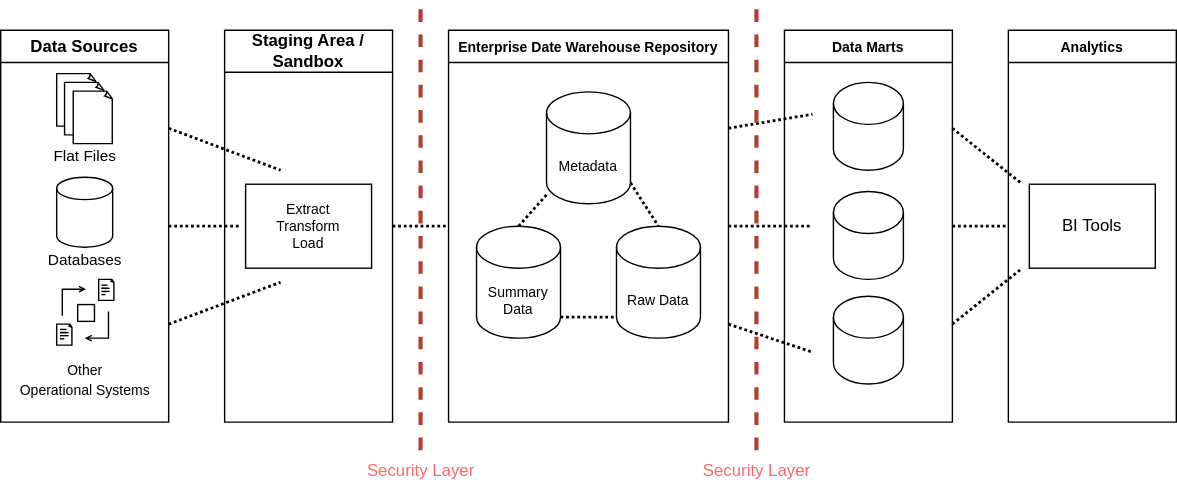
PFarahani/data-science-essentials keeps this draw.io diagram as BI Foundations/assets/images/general-edw-architecture.drawio.svg. Above is the earlier version. Source tidied: cells renumbered, new cells last; positions are measured from the earlier drawing's top-left corner, leaving out a move shared by most shapes.
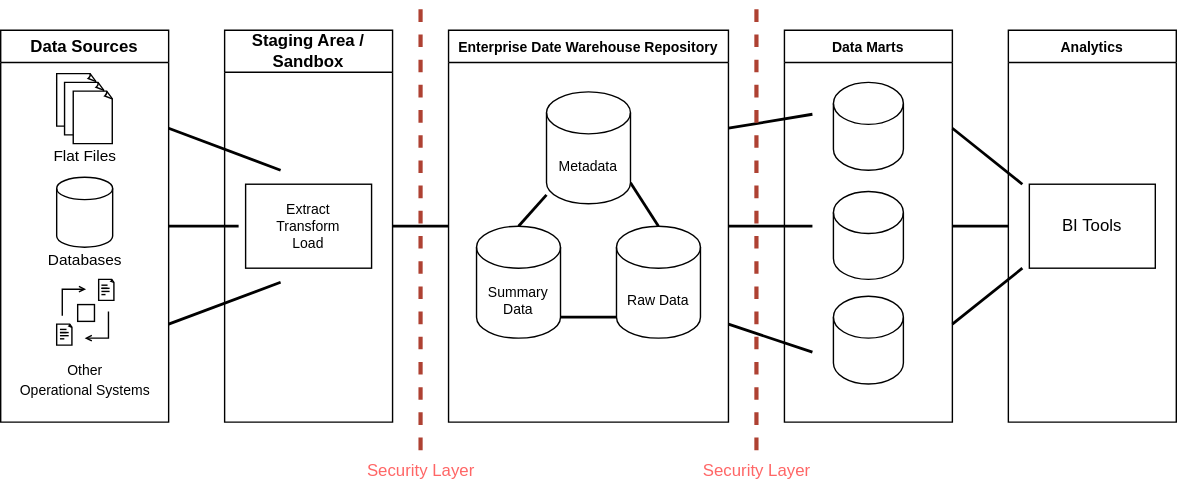
The same diagram one commit later.

Commit message:
Add flow animation to general-edw-architecture.drawio.svg

Diff of the diagram source:
```diff
@@ -2,17 +2,17 @@
   <root>
     <mxCell id="0" />
     <mxCell id="1" parent="0" />
-    <mxCell id="2" style="edgeStyle=none;rounded=0;html=1;exitX=1;exitY=0.25;exitDx=0;exitDy=0;dashed=1;dashPattern=1 1;strokeWidth=2;fontSize=10;endArrow=none;endFill=0;startSize=6;endSize=3;" parent="1" edge="1" source="5">
+    <mxCell id="2" style="edgeStyle=none;rounded=0;html=1;exitX=1;exitY=0.25;exitDx=0;exitDy=0;strokeWidth=2;fontSize=10;endArrow=none;endFill=0;startSize=6;endSize=3;flowAnimation=1;" parent="1" edge="1" source="5">
       <mxGeometry relative="1" as="geometry">
         <mxPoint x="200" y="120" as="targetPoint" />
       </mxGeometry>
     </mxCell>
-    <mxCell id="3" style="edgeStyle=none;rounded=0;html=1;exitX=1;exitY=0.5;exitDx=0;exitDy=0;dashed=1;dashPattern=1 1;strokeWidth=2;fontSize=10;endArrow=none;endFill=0;startSize=6;endSize=3;" parent="1" edge="1" source="5">
+    <mxCell id="3" style="edgeStyle=none;rounded=0;html=1;exitX=1;exitY=0.5;exitDx=0;exitDy=0;strokeWidth=2;fontSize=10;endArrow=none;endFill=0;startSize=6;endSize=3;flowAnimation=1;" parent="1" edge="1" source="5">
       <mxGeometry relative="1" as="geometry">
         <mxPoint x="170" y="160" as="targetPoint" />
       </mxGeometry>
     </mxCell>
-    <mxCell id="4" style="edgeStyle=none;rounded=0;html=1;exitX=1;exitY=0.75;exitDx=0;exitDy=0;dashed=1;dashPattern=1 1;strokeWidth=2;fontSize=10;endArrow=none;endFill=0;startSize=6;endSize=3;" parent="1" edge="1" source="5">
+    <mxCell id="4" style="edgeStyle=none;rounded=0;html=1;exitX=1;exitY=0.75;exitDx=0;exitDy=0;strokeWidth=2;fontSize=10;endArrow=none;endFill=0;startSize=6;endSize=3;flowAnimation=1;" parent="1" edge="1" source="5">
       <mxGeometry relative="1" as="geometry">
         <mxPoint x="200" y="200" as="targetPoint" />
       </mxGeometry>
@@ -107,7 +107,7 @@
     <mxCell id="25" value="&lt;font style=&quot;font-size: 10px;&quot;&gt;Other&lt;br&gt;Operational Systems&lt;/font&gt;" style="text;html=1;align=center;verticalAlign=middle;strokeColor=none;fillColor=none;fontSize=11;" parent="5" vertex="1">
       <mxGeometry y="230" width="120" height="40" as="geometry" />
     </mxCell>
-    <mxCell id="26" style="edgeStyle=none;rounded=0;html=1;exitX=1;exitY=0.5;exitDx=0;exitDy=0;entryX=0;entryY=0.5;entryDx=0;entryDy=0;fontSize=10;endArrow=none;endFill=0;startSize=6;endSize=3;dashed=1;dashPattern=1 1;strokeWidth=2;" parent="1" edge="1" source="27" target="41">
+    <mxCell id="26" style="edgeStyle=none;rounded=0;html=1;exitX=1;exitY=0.5;exitDx=0;exitDy=0;entryX=0;entryY=0.5;entryDx=0;entryDy=0;fontSize=10;endArrow=none;endFill=0;startSize=6;endSize=3;strokeWidth=2;flowAnimation=1;" parent="1" edge="1" source="27" target="41">
       <mxGeometry relative="1" as="geometry" />
     </mxCell>
     <mxCell id="27" value="Staging Area / Sandbox" style="swimlane;whiteSpace=wrap;html=1;startSize=30;" parent="1" vertex="1">
@@ -158,17 +158,17 @@
         <mxPoint x="6.2" y="4.5" as="targetPoint" />
       </mxGeometry>
     </mxCell>
-    <mxCell id="38" style="edgeStyle=none;rounded=0;html=1;exitX=1;exitY=0.25;exitDx=0;exitDy=0;dashed=1;dashPattern=1 1;strokeWidth=2;fontSize=10;endArrow=none;endFill=0;startSize=6;endSize=3;" parent="1" edge="1" source="41">
+    <mxCell id="38" style="edgeStyle=none;rounded=0;html=1;exitX=1;exitY=0.25;exitDx=0;exitDy=0;strokeWidth=2;fontSize=10;endArrow=none;endFill=0;startSize=6;endSize=3;flowAnimation=1;" parent="1" edge="1" source="41">
       <mxGeometry relative="1" as="geometry">
         <mxPoint x="580" y="80" as="targetPoint" />
       </mxGeometry>
     </mxCell>
-    <mxCell id="39" style="edgeStyle=none;rounded=0;html=1;exitX=1;exitY=0.75;exitDx=0;exitDy=0;dashed=1;dashPattern=1 1;strokeWidth=2;fontSize=10;endArrow=none;endFill=0;startSize=6;endSize=3;" parent="1" edge="1" source="41">
+    <mxCell id="39" style="edgeStyle=none;rounded=0;html=1;exitX=1;exitY=0.75;exitDx=0;exitDy=0;strokeWidth=2;fontSize=10;endArrow=none;endFill=0;startSize=6;endSize=3;flowAnimation=1;" parent="1" edge="1" source="41">
       <mxGeometry relative="1" as="geometry">
         <mxPoint x="580" y="250" as="targetPoint" />
       </mxGeometry>
     </mxCell>
-    <mxCell id="40" style="edgeStyle=none;rounded=0;html=1;exitX=1;exitY=0.5;exitDx=0;exitDy=0;dashed=1;dashPattern=1 1;strokeWidth=2;fontSize=10;endArrow=none;endFill=0;startSize=6;endSize=3;" parent="1" edge="1" source="41">
+    <mxCell id="40" style="edgeStyle=none;rounded=0;html=1;exitX=1;exitY=0.5;exitDx=0;exitDy=0;strokeWidth=2;fontSize=10;endArrow=none;endFill=0;startSize=6;endSize=3;flowAnimation=1;" parent="1" edge="1" source="41">
       <mxGeometry relative="1" as="geometry">
         <mxPoint x="580" y="160" as="targetPoint" />
       </mxGeometry>
@@ -176,7 +176,7 @@
     <mxCell id="41" value="Enterprise Date Warehouse Repository" style="swimlane;whiteSpace=wrap;html=1;strokeColor=default;fontSize=10;" parent="1" vertex="1">
       <mxGeometry x="320" y="20" width="200" height="280" as="geometry" />
     </mxCell>
-    <mxCell id="42" style="edgeStyle=none;rounded=0;html=1;exitX=1;exitY=1;exitDx=0;exitDy=-15;exitPerimeter=0;entryX=0.5;entryY=0;entryDx=0;entryDy=0;entryPerimeter=0;dashed=1;dashPattern=1 1;strokeWidth=2;fontSize=10;endArrow=none;endFill=0;startSize=6;endSize=3;" parent="41" edge="1" source="43" target="44">
+    <mxCell id="42" style="edgeStyle=none;rounded=0;html=1;exitX=1;exitY=1;exitDx=0;exitDy=-15;exitPerimeter=0;entryX=0.5;entryY=0;entryDx=0;entryDy=0;entryPerimeter=0;strokeWidth=2;fontSize=10;endArrow=none;endFill=0;startSize=6;endSize=3;flowAnimation=1;" parent="41" edge="1" source="43" target="44">
       <mxGeometry relative="1" as="geometry" />
     </mxCell>
     <mxCell id="43" value="Metadata" style="shape=cylinder3;whiteSpace=wrap;html=1;boundedLbl=1;backgroundOutline=1;size=15;strokeColor=default;fontSize=10;" parent="41" vertex="1">
@@ -185,24 +185,24 @@
     <mxCell id="44" value="Raw Data" style="shape=cylinder3;whiteSpace=wrap;html=1;boundedLbl=1;backgroundOutline=1;size=15;strokeColor=default;fontSize=10;" parent="41" vertex="1">
       <mxGeometry x="120" y="140" width="60" height="80" as="geometry" />
     </mxCell>
-    <mxCell id="45" style="edgeStyle=none;rounded=0;html=1;exitX=0.5;exitY=0;exitDx=0;exitDy=0;exitPerimeter=0;dashed=1;dashPattern=1 1;strokeWidth=2;fontSize=10;endArrow=none;endFill=0;startSize=6;endSize=3;" parent="41" edge="1" source="47" target="43">
+    <mxCell id="45" style="edgeStyle=none;rounded=0;html=1;exitX=0.5;exitY=0;exitDx=0;exitDy=0;exitPerimeter=0;strokeWidth=2;fontSize=10;endArrow=none;endFill=0;startSize=6;endSize=3;flowAnimation=1;" parent="41" edge="1" source="47" target="43">
       <mxGeometry relative="1" as="geometry" />
     </mxCell>
-    <mxCell id="46" style="edgeStyle=none;rounded=0;html=1;exitX=1;exitY=1;exitDx=0;exitDy=-15;exitPerimeter=0;entryX=0;entryY=1;entryDx=0;entryDy=-15;entryPerimeter=0;dashed=1;dashPattern=1 1;strokeWidth=2;fontSize=10;endArrow=none;endFill=0;startSize=6;endSize=3;" parent="41" edge="1" source="47" target="44">
+    <mxCell id="46" style="edgeStyle=none;rounded=0;html=1;exitX=1;exitY=1;exitDx=0;exitDy=-15;exitPerimeter=0;entryX=0;entryY=1;entryDx=0;entryDy=-15;entryPerimeter=0;strokeWidth=2;fontSize=10;endArrow=none;endFill=0;startSize=6;endSize=3;flowAnimation=1;" parent="41" edge="1" source="47" target="44">
       <mxGeometry relative="1" as="geometry" />
     </mxCell>
     <mxCell id="47" value="Summary&lt;br&gt;Data" style="shape=cylinder3;whiteSpace=wrap;html=1;boundedLbl=1;backgroundOutline=1;size=15;strokeColor=default;fontSize=10;" parent="41" vertex="1">
       <mxGeometry x="20" y="140" width="60" height="80" as="geometry" />
     </mxCell>
-    <mxCell id="48" style="edgeStyle=none;rounded=0;html=1;exitX=1;exitY=0.5;exitDx=0;exitDy=0;entryX=0;entryY=0.5;entryDx=0;entryDy=0;dashed=1;dashPattern=1 1;strokeWidth=2;fontSize=10;endArrow=none;endFill=0;startSize=6;endSize=3;" parent="1" edge="1" source="51" target="56">
+    <mxCell id="48" style="edgeStyle=none;rounded=0;html=1;exitX=1;exitY=0.5;exitDx=0;exitDy=0;entryX=0;entryY=0.5;entryDx=0;entryDy=0;strokeWidth=2;fontSize=10;endArrow=none;endFill=0;startSize=6;endSize=3;flowAnimation=1;" parent="1" edge="1" source="51" target="56">
       <mxGeometry relative="1" as="geometry" />
     </mxCell>
-    <mxCell id="49" style="edgeStyle=none;html=1;exitX=1;exitY=0.25;exitDx=0;exitDy=0;endArrow=none;endFill=0;dashed=1;dashPattern=1 1;strokeWidth=2;" parent="1" edge="1" source="51">
+    <mxCell id="49" style="edgeStyle=none;html=1;exitX=1;exitY=0.25;exitDx=0;exitDy=0;endArrow=none;endFill=0;strokeWidth=2;flowAnimation=1;" parent="1" edge="1" source="51">
       <mxGeometry relative="1" as="geometry">
         <mxPoint x="730" y="130" as="targetPoint" />
       </mxGeometry>
     </mxCell>
-    <mxCell id="50" style="edgeStyle=none;html=1;exitX=1;exitY=0.75;exitDx=0;exitDy=0;dashed=1;dashPattern=1 1;strokeWidth=2;endArrow=none;endFill=0;" parent="1" edge="1" source="51">
+    <mxCell id="50" style="edgeStyle=none;html=1;exitX=1;exitY=0.75;exitDx=0;exitDy=0;strokeWidth=2;endArrow=none;endFill=0;flowAnimation=1;" parent="1" edge="1" source="51">
       <mxGeometry relative="1" as="geometry">
         <mxPoint x="730" y="190" as="targetPoint" />
       </mxGeometry>
```
